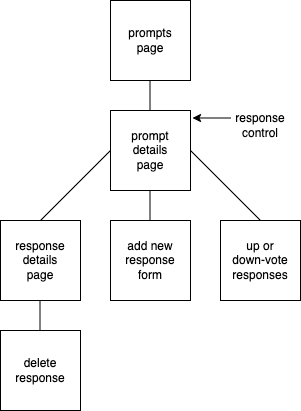
This is src/img/component-diagram.png from eluckie/can-we-talk, a draw.io export, as it was before one commit. Source tidied: cells renumbered, new cells last; positions are measured from the earlier drawing's top-left corner, leaving out a move shared by most shapes.
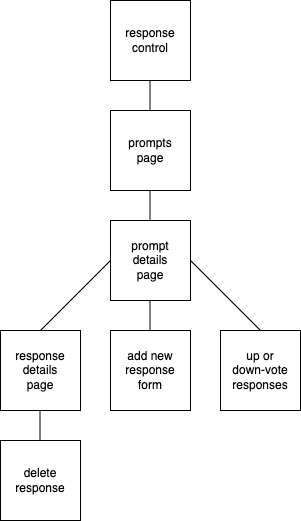
The same diagram one commit later.

Diff of the diagram source:
```diff
@@ -2,12 +2,6 @@
   <root>
     <mxCell id="0" />
     <mxCell id="1" parent="0" />
-    <mxCell id="2" style="edgeStyle=orthogonalEdgeStyle;rounded=0;jettySize=auto;html=1;exitX=0;exitY=0.25;exitDx=0;exitDy=0;entryX=1.025;entryY=0.088;entryDx=0;entryDy=0;entryPerimeter=0;" parent="1" edge="1" source="3" target="8">
-      <mxGeometry relative="1" as="geometry" />
-    </mxCell>
-    <mxCell id="3" value="response control" style="text;html=1;strokeColor=none;fillColor=none;align=center;verticalAlign=middle;whiteSpace=wrap;rounded=0;" parent="1" vertex="1">
-      <mxGeometry x="230" y="110" width="60" height="30" as="geometry" />
-    </mxCell>
     <mxCell id="4" style="whiteSpace=wrap;html=1;" parent="1" vertex="1">
       <mxGeometry y="220" width="80" height="80" as="geometry" />
     </mxCell>
@@ -70,5 +64,17 @@
         <mxPoint x="190" y="150" as="targetPoint" />
       </mxGeometry>
     </mxCell>
+    <mxCell id="21" style="whiteSpace=wrap;html=1;" parent="1" vertex="1">
+      <mxGeometry x="110" y="-110" width="80" height="80" as="geometry" />
+    </mxCell>
+    <mxCell id="22" style="endArrow=none;html=1;rounded=0;exitX=0.5;exitY=0;exitDx=0;exitDy=0;" parent="1" edge="1">
+      <mxGeometry relative="1" as="geometry">
+        <mxPoint x="149.5" as="sourcePoint" />
+        <mxPoint x="149.5" y="-30" as="targetPoint" />
+      </mxGeometry>
+    </mxCell>
+    <mxCell id="3" value="response control" style="text;html=1;strokeColor=none;fillColor=none;align=center;verticalAlign=middle;whiteSpace=wrap;rounded=0;" parent="1" vertex="1">
+      <mxGeometry x="120" y="-85" width="60" height="30" as="geometry" />
+    </mxCell>
   </root>
 </mxGraphModel>
```
